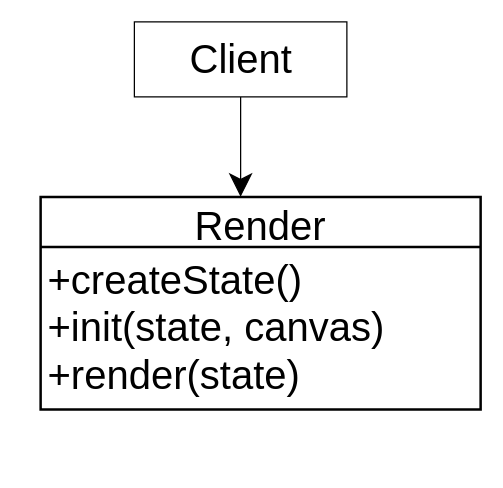
Before: packages/管道模式/story_before/UML.drawio in yyc-git/3DProgramPattern, a draw.io diagram. Source tidied: cells renumbered, new cells numbered last; positions are measured from the earlier drawing's top-left corner, leaving out a move shared by most shapes. Both pictures are drawn from the tidied source at 125%, with x=0, y=0 at pixel (40, 21).
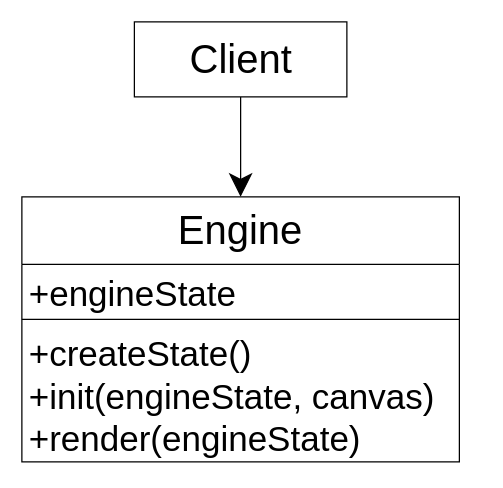
After the change.

Diff of the diagram source:
```diff
@@
 <mxGraphModel>
   <root>
     <mxCell id="0" />
     <mxCell id="1" parent="0" />
     <mxCell id="2" style="edgeStyle=orthogonalEdgeStyle;rounded=0;jettySize=auto;html=1;endSize=16;startSize=16;" parent="1" edge="1" source="3">
       <mxGeometry relative="1" as="geometry">
         <mxPoint x="160" y="140" as="targetPoint" />
       </mxGeometry>
     </mxCell>
     <mxCell id="3" value="Client" style="html=1;fontSize=32;" parent="1" vertex="1">
       <mxGeometry x="75" width="170" height="60" as="geometry" />
     </mxCell>
-    <mxCell id="4" value="Render" style="swimlane;horizontal=1;startSize=40;rounded=0;fontSize=32;fontStyle=0;strokeWidth=2;shadow=0;dashed=0;align=center;" parent="1" vertex="1">
-      <mxGeometry y="140" width="352" height="170" as="geometry" />
-    </mxCell>
-    <mxCell id="5" value="+createState()&#10;+init(state, canvas)&#10;+render(state)" style="align=left;strokeColor=none;fillColor=none;spacingLeft=4;fontSize=32;verticalAlign=top;" parent="4" vertex="1">
-      <mxGeometry y="40" width="352" height="130" as="geometry" />
-    </mxCell>
+    <mxCell id="6" value="Engine" style="swimlane;fontStyle=0;align=center;verticalAlign=top;horizontal=1;startSize=54;fontSize=32;" parent="1" vertex="1">
+      <mxGeometry x="-15" y="140" width="350" height="212" as="geometry" />
+    </mxCell>
+    <mxCell id="7" value="+engineState" style="text;strokeColor=none;fillColor=none;align=left;verticalAlign=top;spacingLeft=4;spacingRight=4;overflow=hidden;fontSize=28;" parent="6" vertex="1">
+      <mxGeometry y="54" width="350" height="40" as="geometry" />
+    </mxCell>
+    <mxCell id="8" style="line;strokeWidth=1;fillColor=none;align=left;verticalAlign=middle;spacingTop=-1;spacingLeft=3;spacingRight=3;labelPosition=right;" parent="6" vertex="1">
+      <mxGeometry y="94" width="350" height="8" as="geometry" />
+    </mxCell>
+    <mxCell id="9" value="+createState()&#10;+init(engineState, canvas)&#10;+render(engineState)" style="text;strokeColor=none;fillColor=none;align=left;verticalAlign=top;spacingLeft=4;spacingRight=4;overflow=hidden;fontSize=28;" parent="6" vertex="1">
+      <mxGeometry y="102" width="350" height="110" as="geometry" />
+    </mxCell>
   </root>
 </mxGraphModel>
```
